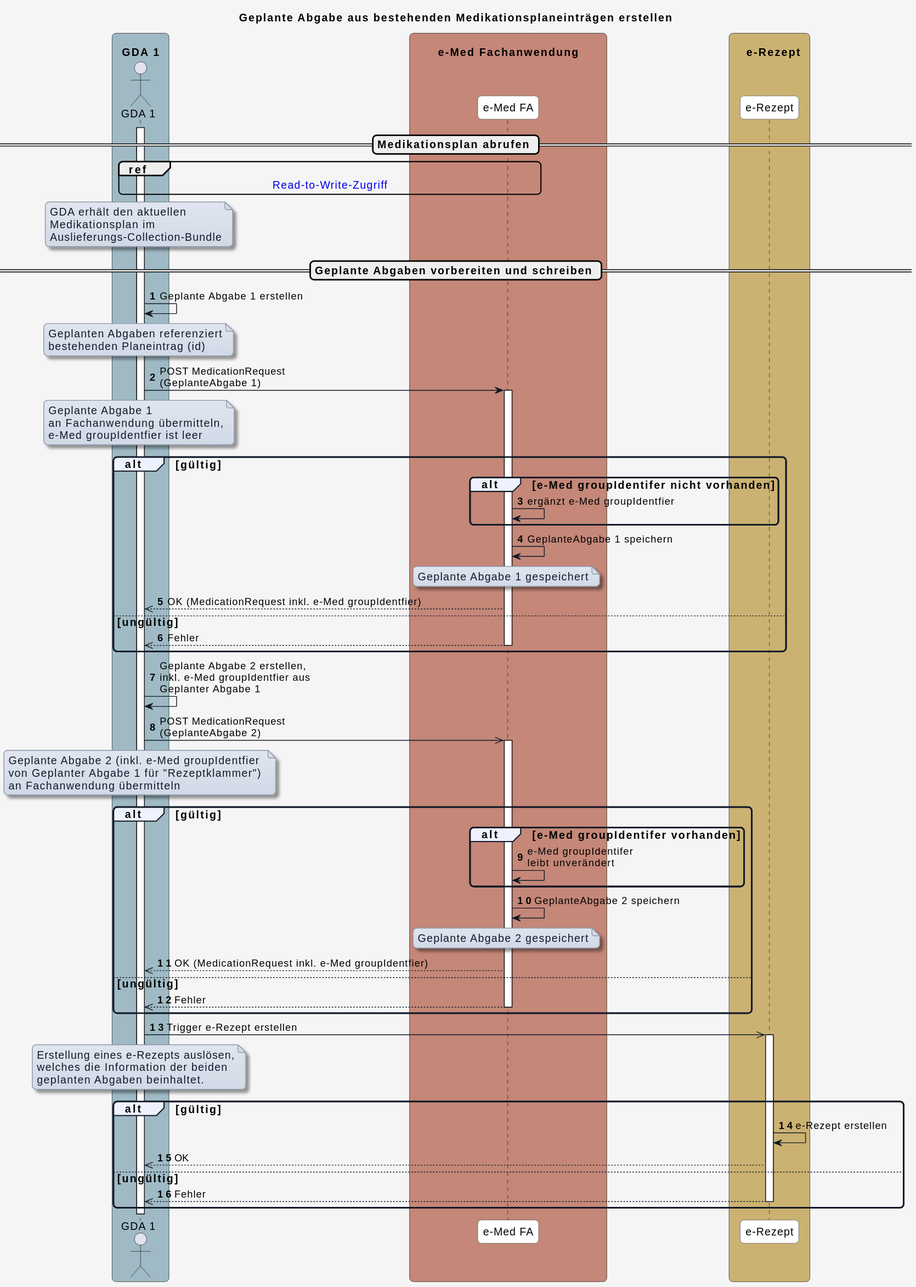
Earlier version of the PlantUML export input/images/plantuml/UC_eMed_08_01.svg (HL7Austria/ELGA-e-Medikation-R4).
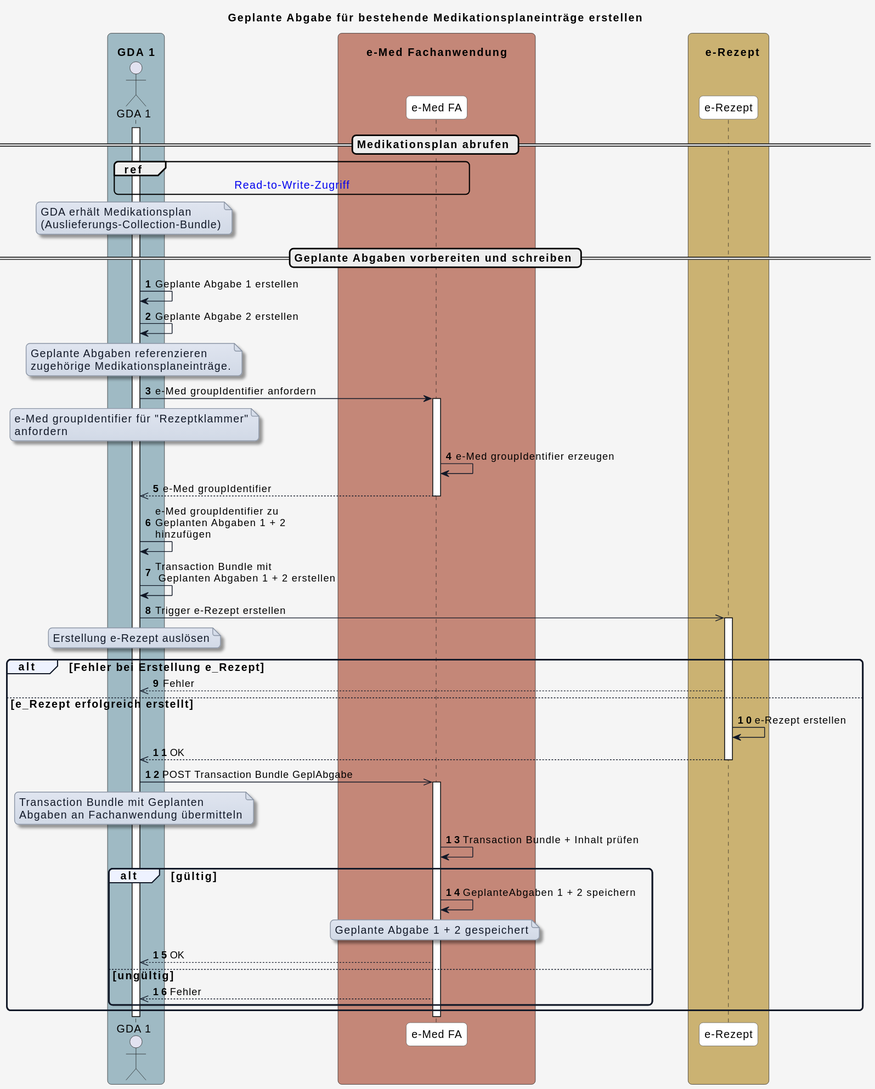
The same file after the commit.

Change to the diagram source:
```diff
@@ -1,5 +1,5 @@
 @startuml
-title Geplante Abgabe aus bestehenden Medikationsplaneinträgen erstellen
+title Geplante Abgabe für bestehende Medikationsplaneinträge erstellen
 
 skinparam borderColor #000000
 skinparam backgroundColor #f5f5f5
@@ -57,89 +57,72 @@
 == Medikationsplan abrufen ==
 
 activate GDA_1
-
 ref over GDA_1, eMed_FA : [[interactions.html#sequenzdiagramm-read-to-write-zugriff Read-to-Write-Zugriff]]
 
+
 note over GDA_1
-GDA erhält den aktuellen
-Medikationsplan im
-Auslieferungs-Collection-Bundle
+GDA erhält Medikationsplan
+(Auslieferungs-Collection-Bundle)
 end note
 
 == Geplante Abgaben vorbereiten und schreiben ==
 
 GDA_1 -> GDA_1: Geplante Abgabe 1 erstellen
+GDA_1 -> GDA_1: Geplante Abgabe 2 erstellen
 note over GDA_1
-Geplanten Abgaben referenziert
-bestehenden Planeintrag (id)
+Geplante Abgaben referenzieren
+zugehörige Medikationsplaneinträge.
 end note
 
-GDA_1 -> eMed_FA: POST MedicationRequest\n(GeplanteAbgabe 1)
-activate eMed_FA
+GDA_1 -> eMed_FA: e-Med groupIdentifier anfordern
 
 note over GDA_1
-Geplante Abgabe 1
-an Fachanwendung übermitteln,
-e-Med groupIdentfier ist leer
+e-Med groupIdentifier für "Rezeptklammer"
+anfordern
 end note
 
-alt gültig
-  alt e-Med groupIdentifer nicht vorhanden
-    eMed_FA -> eMed_FA: ergänzt e-Med groupIdentfier
-  end
+activate eMed_FA
+eMed_FA -> eMed_FA: e-Med groupIdentifier erzeugen
+eMed_FA -->> GDA_1: e-Med groupIdentifier
+deactivate eMed_FA
 
-  eMed_FA -> eMed_FA: GeplanteAbgabe 1 speichern
-
-  note over eMed_FA
-  Geplante Abgabe 1 gespeichert
-  end note
-
-  eMed_FA -->> GDA_1: OK (MedicationRequest inkl. e-Med groupIdentfier)
-else ungültig
-  eMed_FA -->> GDA_1: Fehler
-  deactivate eMed_FA
-end
-
-GDA_1 -> GDA_1: Geplante Abgabe 2 erstellen,\ninkl. e-Med groupIdentfier aus\nGeplanter Abgabe 1
-
-GDA_1 ->> eMed_FA: POST MedicationRequest\n(GeplanteAbgabe 2)
-activate eMed_FA
-note over GDA_1
-Geplante Abgabe 2 (inkl. e-Med groupIdentfier
-von Geplanter Abgabe 1 für "Rezeptklammer")
-an Fachanwendung übermitteln
-end note
-
-alt gültig
-  alt e-Med groupIdentifer vorhanden
-    eMed_FA -> eMed_FA: e-Med groupIdentifer\nleibt unverändert
-  end
-  eMed_FA -> eMed_FA: GeplanteAbgabe 2 speichern
-
-  note over eMed_FA
-  Geplante Abgabe 2 gespeichert
-  end note
-
-  eMed_FA -->> GDA_1: OK (MedicationRequest inkl. e-Med groupIdentfier)
-else ungültig
-  eMed_FA -->> GDA_1: Fehler
-  deactivate eMed_FA
-end
+GDA_1 -> GDA_1: e-Med groupIdentifier zu\nGeplanten Abgaben 1 + 2\nhinzufügen
+GDA_1 -> GDA_1: Transaction Bundle mit\n Geplanten Abgaben 1 + 2 erstellen
 
 GDA_1 ->> e_Rezept: Trigger e-Rezept erstellen
 note over GDA_1
-Erstellung eines e-Rezepts auslösen,
-welches die Information der beiden
-geplanten Abgaben beinhaltet.
+Erstellung e-Rezept auslösen
 end note
 activate e_Rezept
 
-alt gültig
+alt Fehler bei Erstellung e_Rezept
+
+  e_Rezept -->> GDA_1: Fehler
+
+else e_Rezept erfolgreich erstellt
   e_Rezept -> e_Rezept: e-Rezept erstellen
   e_Rezept -->> GDA_1: OK
+  deactivate e_Rezept
+  GDA_1 ->> eMed_FA: POST Transaction Bundle GeplAbgabe
+  activate eMed_FA
+  note over GDA_1
+  Transaction Bundle mit Geplanten
+  Abgaben an Fachanwendung übermitteln
+  end note
 
-else ungültig
-  e_Rezept -->> GDA_1: Fehler
-  deactivate e_Rezept
+
+eMed_FA -> eMed_FA: Transaction Bundle + Inhalt prüfen
+alt gültig
+  eMed_FA -> eMed_FA: GeplanteAbgaben 1 + 2 speichern
+
+  note over eMed_FA
+  Geplante Abgabe 1 + 2 gespeichert
+  end note
+
+  eMed_FA -->> GDA_1: OK
+  else ungültig
+    eMed_FA -->> GDA_1: Fehler
+  end
+
 end
 @enduml
```
